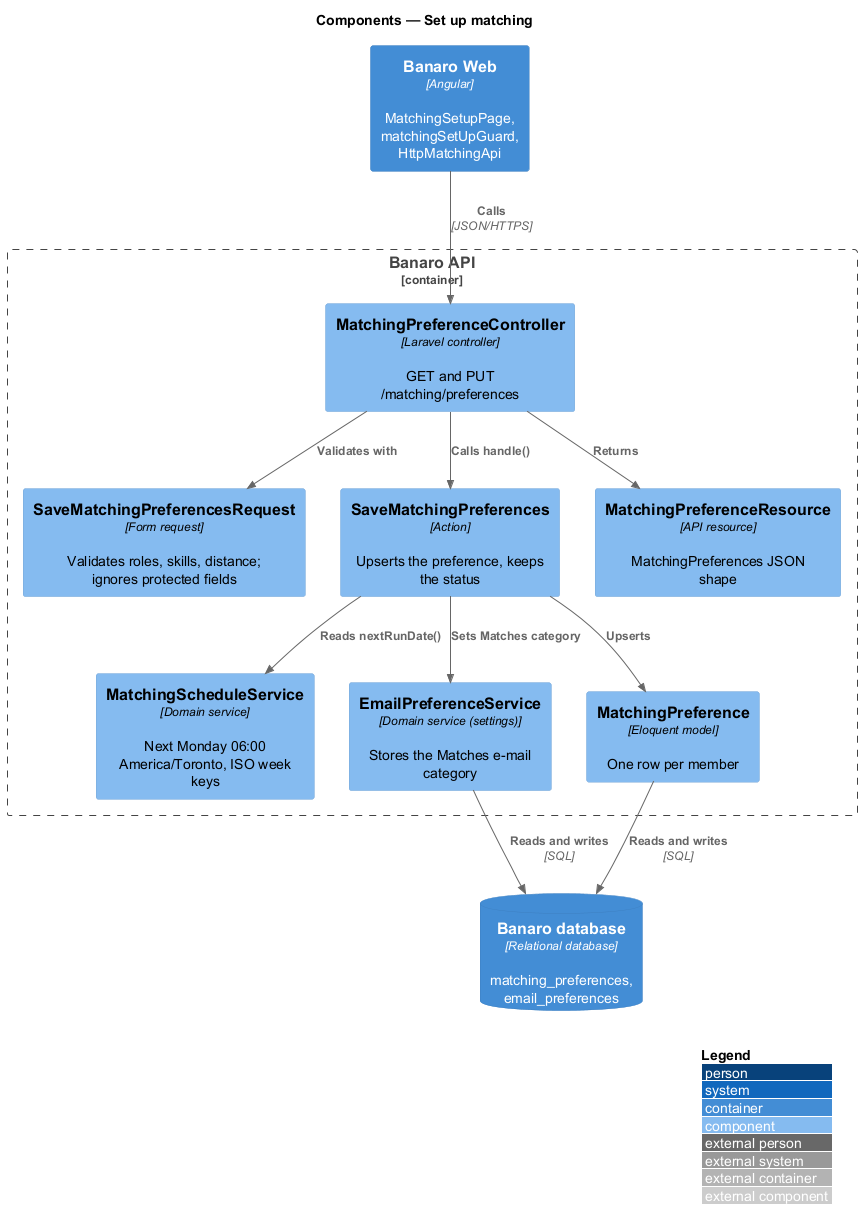
Before: docs/detailed-designs/matching/set-up-matching/diagrams/c4-component.png, a diagram exported from PlantUML (QuinntyneBrown/banaro).
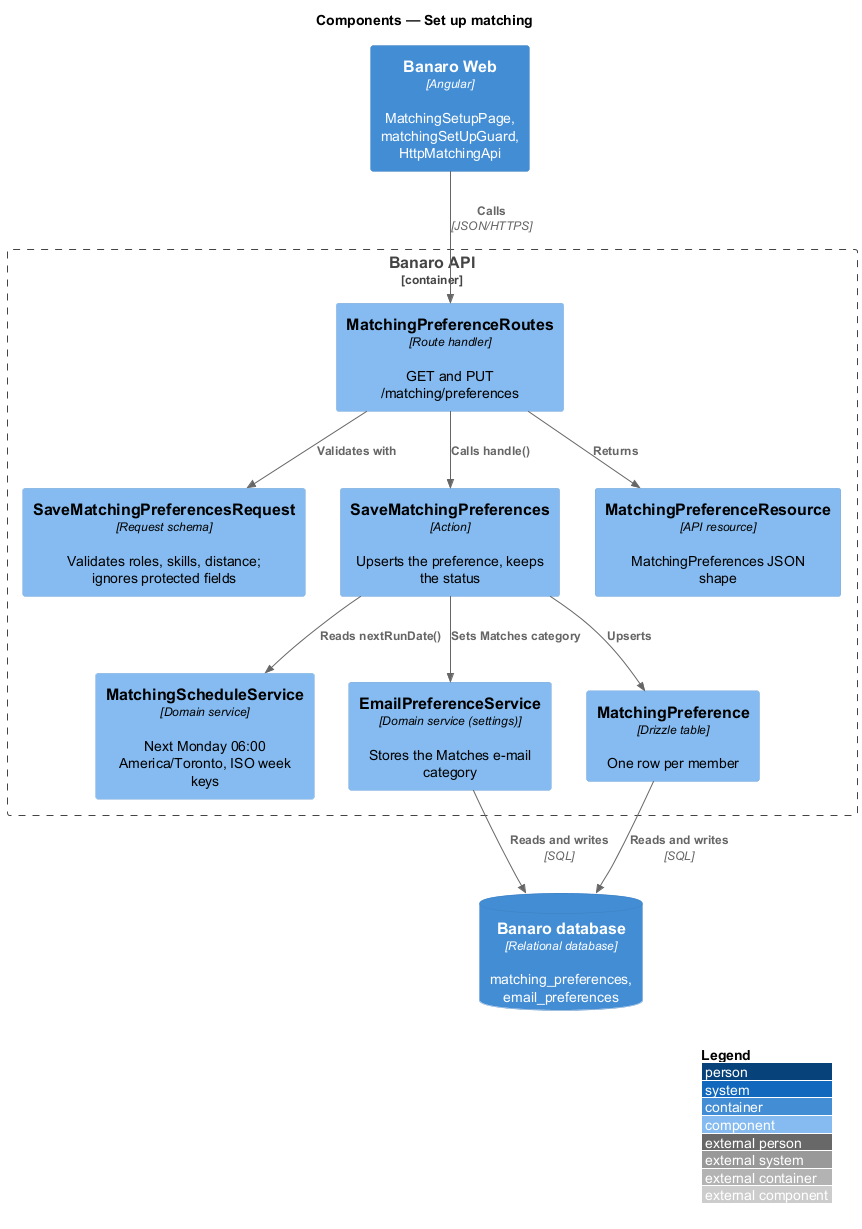
After the commit.

Diff of the diagram source:
```diff
@@ -7,12 +7,12 @@
 ContainerDb(db, "Banaro database", "Relational database", "matching_preferences, email_preferences")
 
 Container_Boundary(api, "Banaro API") {
-  Component(ctrl, "MatchingPreferenceController", "Laravel controller", "GET and PUT /matching/preferences")
-  Component(req, "SaveMatchingPreferencesRequest", "Form request", "Validates roles, skills, distance; ignores protected fields")
+  Component(ctrl, "MatchingPreferenceRoutes", "Route handler", "GET and PUT /matching/preferences")
+  Component(req, "SaveMatchingPreferencesRequest", "Request schema", "Validates roles, skills, distance; ignores protected fields")
   Component(action, "SaveMatchingPreferences", "Action", "Upserts the preference, keeps the status")
   Component(schedule, "MatchingScheduleService", "Domain service", "Next Monday 06:00 America/Toronto, ISO week keys")
   Component(emailprefs, "EmailPreferenceService", "Domain service (settings)", "Stores the Matches e-mail category")
-  Component(model, "MatchingPreference", "Eloquent model", "One row per member")
+  Component(model, "MatchingPreference", "Drizzle table", "One row per member")
   Component(resource, "MatchingPreferenceResource", "API resource", "MatchingPreferences JSON shape")
 }
 
```
